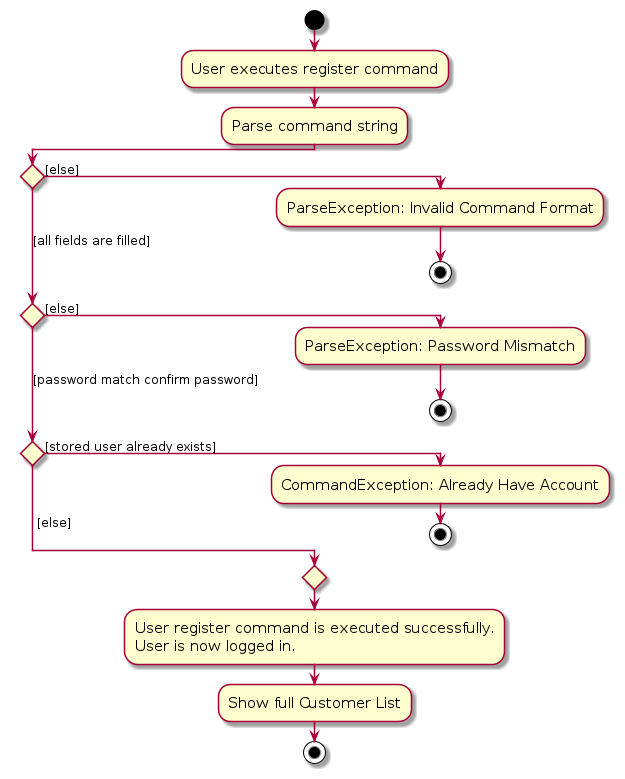
Earlier version of the PlantUML export diagrams/UserRegisterActivityDiagram.png (zhonghan721/tp). Its source is kept beside it as diagrams/UserRegisterActivityDiagram.puml. Its diagram source:
```plantuml
@startuml
skin rose
skinparam ActivityFontSize 15
skinparam ArrowFontSize 12
!pragma useVerticalIf on
start
:User executes register command;
:Parse command string;

if () then ([else])
    :ParseException: Invalid Command Format;
    stop
([all fields are filled]) elseif () then ([else])
    :ParseException: Password Mismatch;
    stop
([password match confirm password]) elseif () then ([stored user already exists])
    :CommandException: Already Have Account;
    stop
else ( [else])
endif
:User register command is executed successfully.
User is now logged in.;
:Show full Customer List;

stop
@enduml
```
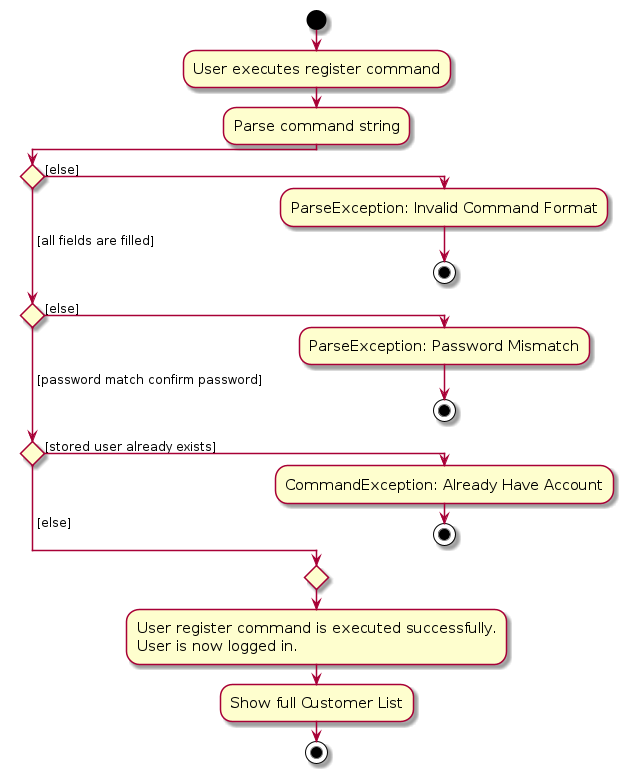
The same diagram one commit later.

The edit, as a diff of the source:
```diff
@@ -10,10 +10,10 @@
 if () then ([else])
     :ParseException: Invalid Command Format;
     stop
-([all fields are filled]) elseif () then ([else])
+( [all fields are filled]) elseif () then ([else])
     :ParseException: Password Mismatch;
     stop
-([password match confirm password]) elseif () then ([stored user already exists])
+( [password match confirm password]) elseif () then ([stored user already exists])
     :CommandException: Already Have Account;
     stop
 else ( [else])
```
